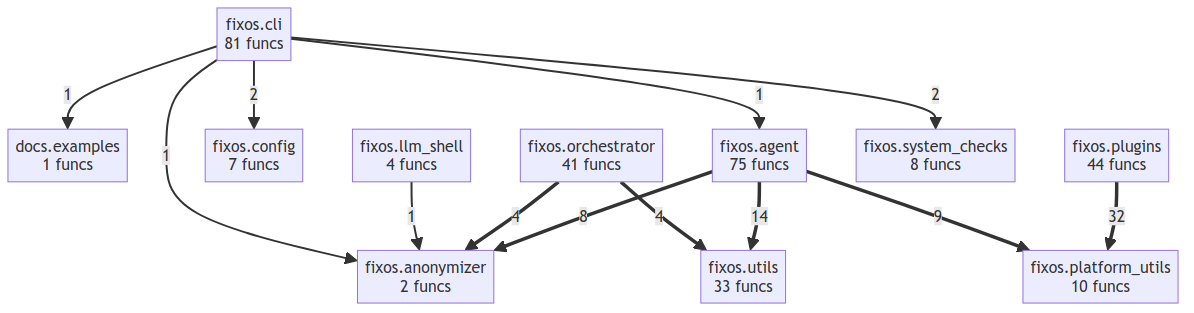
This is project/compact_flow.png from wronai/fixos, a Mermaid export, as it was before one commit. Its source is kept beside it as project/compact_flow.mmd.
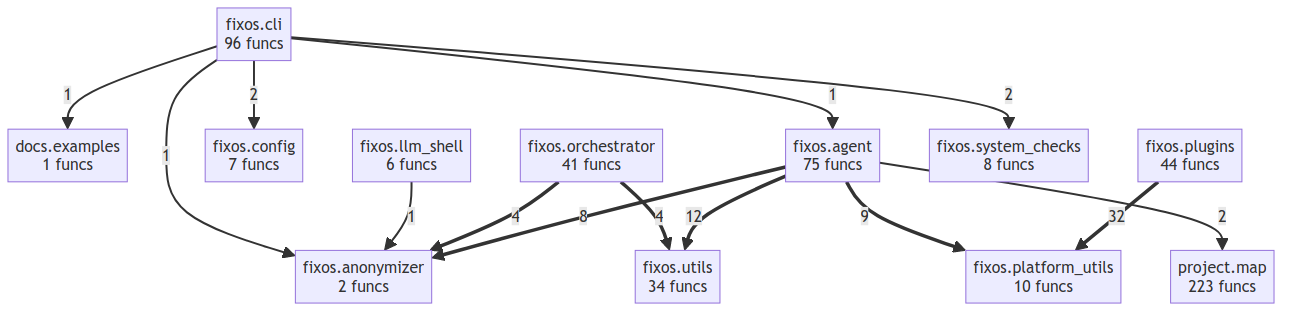
Above is the later version.

Diff of the diagram source:
```diff
@@ -2,20 +2,22 @@
     docs__examples["docs.examples<br/>1 funcs"]
     fixos__agent["fixos.agent<br/>75 funcs"]
     fixos__anonymizer["fixos.anonymizer<br/>2 funcs"]
-    fixos__cli["fixos.cli<br/>81 funcs"]
+    fixos__cli["fixos.cli<br/>96 funcs"]
     fixos__config["fixos.config<br/>7 funcs"]
-    fixos__llm_shell["fixos.llm_shell<br/>4 funcs"]
+    fixos__llm_shell["fixos.llm_shell<br/>6 funcs"]
     fixos__orchestrator["fixos.orchestrator<br/>41 funcs"]
     fixos__platform_utils["fixos.platform_utils<br/>10 funcs"]
     fixos__plugins["fixos.plugins<br/>44 funcs"]
     fixos__system_checks["fixos.system_checks<br/>8 funcs"]
-    fixos__utils["fixos.utils<br/>33 funcs"]
+    fixos__utils["fixos.utils<br/>34 funcs"]
+    project__map["project.map<br/>223 funcs"]
     fixos__plugins ==>|32| fixos__platform_utils
-    fixos__agent ==>|14| fixos__utils
+    fixos__agent ==>|12| fixos__utils
     fixos__agent ==>|9| fixos__platform_utils
     fixos__agent ==>|8| fixos__anonymizer
     fixos__orchestrator ==>|4| fixos__anonymizer
     fixos__orchestrator ==>|4| fixos__utils
+    fixos__agent -->|2| project__map
     fixos__cli -->|2| fixos__system_checks
     fixos__cli -->|2| fixos__config
     fixos__llm_shell -->|1| fixos__anonymizer
```
